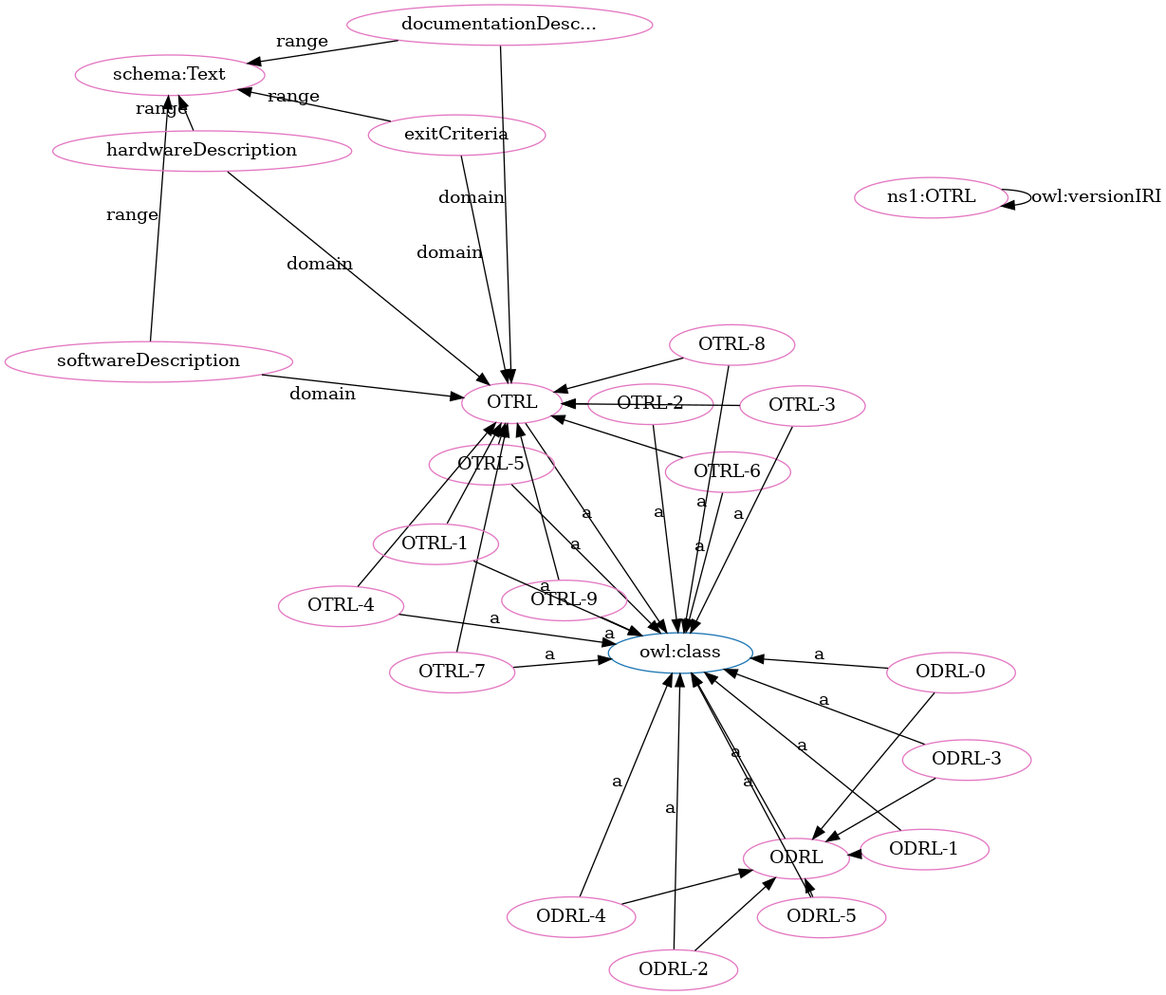
The Graphviz diagram OTRL-clean.png in OPEN-NEXT/OKH-LOSH, before a commit. Its source is kept beside it as OTRL-clean.dot.
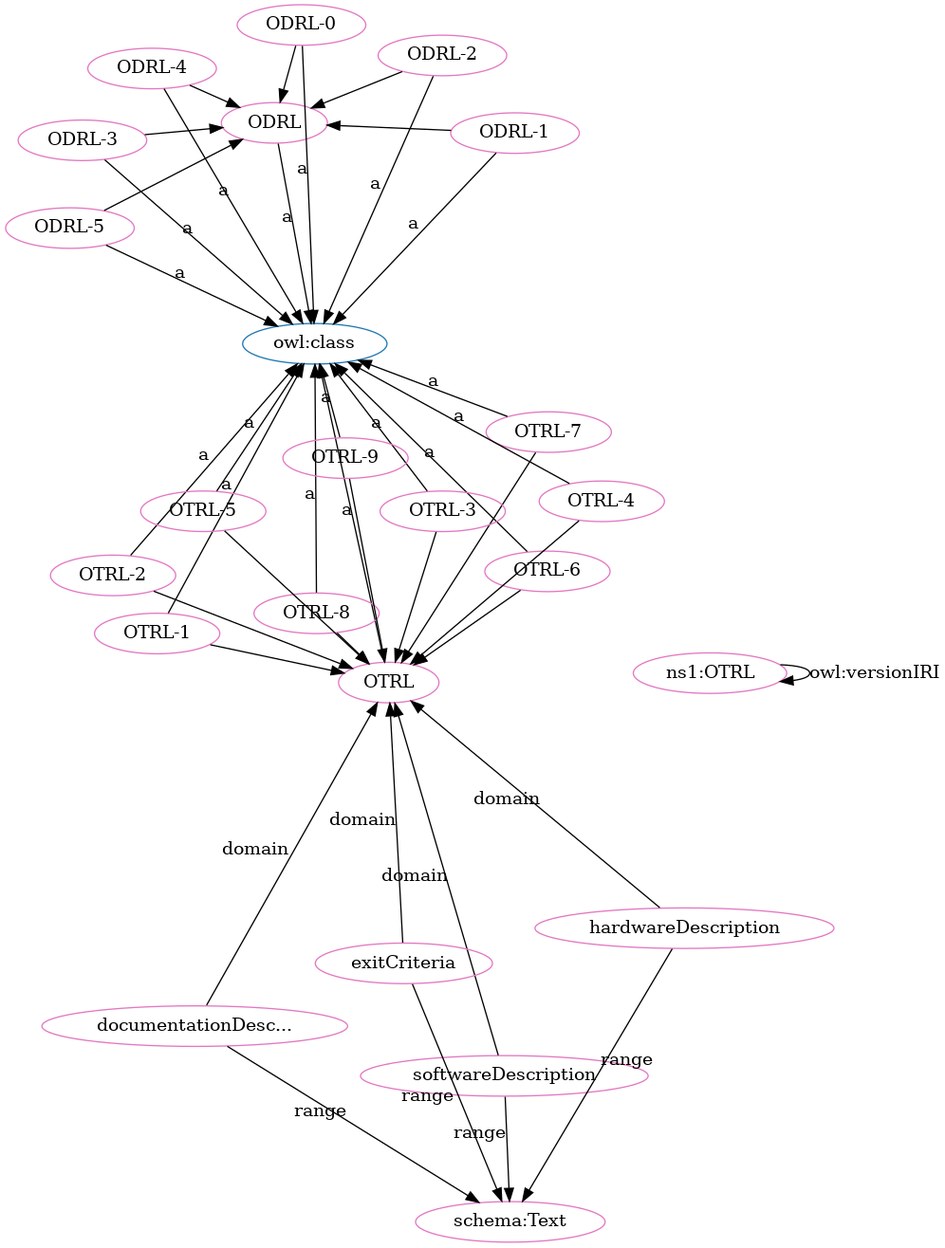
The same diagram one commit later.

Diff of the diagram source:
```diff
@@ -1,71 +1,71 @@
 digraph G {
   rankdir=BT
   node[height=.3]
-"http://purl.org/oseg/ontologies/OTRL#OTRL" [fillcolor="#1f77b4" color="#1f77b4" label="OTRL"]
 "http://www.w3.org/2002/07/owl#class" [fillcolor="#1f77b4" color="#1f77b4" label="owl:class"]
 "http://purl.org/oseg/ontologies/OTRL#ODRL" [fillcolor="#1f77b4" color="#1f77b4" label="ODRL"]
+"http://purl.org/oseg/ontologies/OTRL#OTRL" [fillcolor="#1f77b4" color="#1f77b4" label="OTRL"]
 "http://purl.org/oseg/ontologies/OTRL#ODRL-3" [fillcolor="#e377c2" color="#e377c2" label="ODRL-3"]
+"http://purl.org/oseg/ontologies/OTRL#ODRL" [fillcolor="#e377c2" color="#e377c2" label="ODRL"]
+"http://schema.org/Text" [fillcolor="#e377c2" color="#e377c2" label="schema:Text"]
+"http://purl.org/oseg/ontologies/OTRL#OTRL" [fillcolor="#e377c2" color="#e377c2" label="OTRL"]
+"http://purl.org/oseg/ontologies/OTRL#OTRL-1" [fillcolor="#e377c2" color="#e377c2" label="OTRL-1"]
+"http://purl.org/oseg/ontologies/OTRL#ODRL-2" [fillcolor="#e377c2" color="#e377c2" label="ODRL-2"]
+"http://purl.org/oseg/ontologies/OTRL#softwareDescription" [fillcolor="#e377c2" color="#e377c2" label="softwareDescription"]
+"http://purl.org/oseg/ontologies/OTRL#OTRL-2" [fillcolor="#e377c2" color="#e377c2" label="OTRL-2"]
 "http://purl.org/oseg/ontologies/OTRL" [fillcolor="#e377c2" color="#e377c2" label="ns1:OTRL"]
-"http://purl.org/oseg/ontologies/OTRL#ODRL-0" [fillcolor="#e377c2" color="#e377c2" label="ODRL-0"]
-"http://purl.org/oseg/ontologies/OTRL#OTRL" [fillcolor="#e377c2" color="#e377c2" label="OTRL"]
-"http://purl.org/oseg/ontologies/OTRL#ODRL" [fillcolor="#e377c2" color="#e377c2" label="ODRL"]
-"http://purl.org/oseg/ontologies/OTRL#OTRL-2" [fillcolor="#e377c2" color="#e377c2" label="OTRL-2"]
-"http://schema.org/Text" [fillcolor="#e377c2" color="#e377c2" label="schema:Text"]
-"http://purl.org/oseg/ontologies/OTRL#OTRL-5" [fillcolor="#e377c2" color="#e377c2" label="OTRL-5"]
+"http://purl.org/oseg/ontologies/OTRL#ODRL-1" [fillcolor="#e377c2" color="#e377c2" label="ODRL-1"]
 "http://purl.org/oseg/ontologies/OTRL#OTRL-6" [fillcolor="#e377c2" color="#e377c2" label="OTRL-6"]
+"http://purl.org/oseg/ontologies/OTRL#documentationDescription" [fillcolor="#e377c2" color="#e377c2" label="documentationDesc..."]
 "http://purl.org/oseg/ontologies/OTRL#exitCriteria" [fillcolor="#e377c2" color="#e377c2" label="exitCriteria"]
-"http://purl.org/oseg/ontologies/OTRL#ODRL-2" [fillcolor="#e377c2" color="#e377c2" label="ODRL-2"]
 "http://purl.org/oseg/ontologies/OTRL#OTRL-7" [fillcolor="#e377c2" color="#e377c2" label="OTRL-7"]
-"http://purl.org/oseg/ontologies/OTRL#ODRL-1" [fillcolor="#e377c2" color="#e377c2" label="ODRL-1"]
 "http://purl.org/oseg/ontologies/OTRL#OTRL-3" [fillcolor="#e377c2" color="#e377c2" label="OTRL-3"]
-"http://purl.org/oseg/ontologies/OTRL#softwareDescription" [fillcolor="#e377c2" color="#e377c2" label="softwareDescription"]
+"http://purl.org/oseg/ontologies/OTRL#ODRL-4" [fillcolor="#e377c2" color="#e377c2" label="ODRL-4"]
 "http://purl.org/oseg/ontologies/OTRL#hardwareDescription" [fillcolor="#e377c2" color="#e377c2" label="hardwareDescription"]
 "http://purl.org/oseg/ontologies/OTRL#ODRL-5" [fillcolor="#e377c2" color="#e377c2" label="ODRL-5"]
+"http://purl.org/oseg/ontologies/OTRL#OTRL-8" [fillcolor="#e377c2" color="#e377c2" label="OTRL-8"]
+"http://purl.org/oseg/ontologies/OTRL#OTRL-5" [fillcolor="#e377c2" color="#e377c2" label="OTRL-5"]
+"http://purl.org/oseg/ontologies/OTRL#OTRL-4" [fillcolor="#e377c2" color="#e377c2" label="OTRL-4"]
 "http://purl.org/oseg/ontologies/OTRL#OTRL-9" [fillcolor="#e377c2" color="#e377c2" label="OTRL-9"]
-"http://purl.org/oseg/ontologies/OTRL#OTRL-4" [fillcolor="#e377c2" color="#e377c2" label="OTRL-4"]
-"http://purl.org/oseg/ontologies/OTRL#OTRL-8" [fillcolor="#e377c2" color="#e377c2" label="OTRL-8"]
-"http://purl.org/oseg/ontologies/OTRL#OTRL-1" [fillcolor="#e377c2" color="#e377c2" label="OTRL-1"]
-"http://purl.org/oseg/ontologies/OTRL#ODRL-4" [fillcolor="#e377c2" color="#e377c2" label="ODRL-4"]
-"http://purl.org/oseg/ontologies/OTRL#documentationDescription" [fillcolor="#e377c2" color="#e377c2" label="documentationDesc..."]
+"http://purl.org/oseg/ontologies/OTRL#ODRL-0" [fillcolor="#e377c2" color="#e377c2" label="ODRL-0"]
+  "http://purl.org/oseg/ontologies/OTRL#ODRL-3" -> "http://www.w3.org/2002/07/owl#class" [label="a"]
+  "http://purl.org/oseg/ontologies/OTRL#ODRL-4" -> "http://purl.org/oseg/ontologies/OTRL#ODRL" [label=""]
+  "http://purl.org/oseg/ontologies/OTRL#documentationDescription" -> "http://schema.org/Text" [label="range"]
+  "http://purl.org/oseg/ontologies/OTRL#exitCriteria" -> "http://schema.org/Text" [label="range"]
+  "http://purl.org/oseg/ontologies/OTRL#ODRL-5" -> "http://purl.org/oseg/ontologies/OTRL#ODRL" [label=""]
+  "http://purl.org/oseg/ontologies/OTRL#OTRL-2" -> "http://www.w3.org/2002/07/owl#class" [label="a"]
+  "http://purl.org/oseg/ontologies/OTRL#OTRL-9" -> "http://purl.org/oseg/ontologies/OTRL#OTRL" [label=""]
+  "http://purl.org/oseg/ontologies/OTRL" -> "http://purl.org/oseg/ontologies/OTRL" [label="owl:versionIRI"]
+  "http://purl.org/oseg/ontologies/OTRL#ODRL-1" -> "http://www.w3.org/2002/07/owl#class" [label="a"]
+  "http://purl.org/oseg/ontologies/OTRL#hardwareDescription" -> "http://schema.org/Text" [label="range"]
+  "http://purl.org/oseg/ontologies/OTRL#OTRL-7" -> "http://purl.org/oseg/ontologies/OTRL#OTRL" [label=""]
+  "http://purl.org/oseg/ontologies/OTRL#OTRL-6" -> "http://www.w3.org/2002/07/owl#class" [label="a"]
+  "http://purl.org/oseg/ontologies/OTRL#OTRL-1" -> "http://purl.org/oseg/ontologies/OTRL#OTRL" [label=""]
   "http://purl.org/oseg/ontologies/OTRL#hardwareDescription" -> "http://purl.org/oseg/ontologies/OTRL#OTRL" [label="domain"]
-  "http://purl.org/oseg/ontologies/OTRL#OTRL" -> "http://www.w3.org/2002/07/owl#class" [label="a"]
+  "http://purl.org/oseg/ontologies/OTRL#ODRL-2" -> "http://purl.org/oseg/ontologies/OTRL#ODRL" [label=""]
+  "http://purl.org/oseg/ontologies/OTRL#ODRL-1" -> "http://purl.org/oseg/ontologies/OTRL#ODRL" [label=""]
+  "http://purl.org/oseg/ontologies/OTRL#softwareDescription" -> "http://purl.org/oseg/ontologies/OTRL#OTRL" [label="domain"]
+  "http://purl.org/oseg/ontologies/OTRL#ODRL-3" -> "http://purl.org/oseg/ontologies/OTRL#ODRL" [label=""]
+  "http://purl.org/oseg/ontologies/OTRL#OTRL-8" -> "http://www.w3.org/2002/07/owl#class" [label="a"]
+  "http://purl.org/oseg/ontologies/OTRL#documentationDescription" -> "http://purl.org/oseg/ontologies/OTRL#OTRL" [label="domain"]
   "http://purl.org/oseg/ontologies/OTRL#ODRL" -> "http://www.w3.org/2002/07/owl#class" [label="a"]
   "http://purl.org/oseg/ontologies/OTRL#OTRL-5" -> "http://www.w3.org/2002/07/owl#class" [label="a"]
-  "http://purl.org/oseg/ontologies/OTRL#OTRL-6" -> "http://www.w3.org/2002/07/owl#class" [label="a"]
-  "http://purl.org/oseg/ontologies/OTRL#OTRL-9" -> "http://purl.org/oseg/ontologies/OTRL#OTRL" [label=""]
-  "http://purl.org/oseg/ontologies/OTRL#OTRL-6" -> "http://purl.org/oseg/ontologies/OTRL#OTRL" [label=""]
-  "http://purl.org/oseg/ontologies/OTRL#ODRL-1" -> "http://www.w3.org/2002/07/owl#class" [label="a"]
-  "http://purl.org/oseg/ontologies/OTRL#ODRL-0" -> "http://purl.org/oseg/ontologies/OTRL#ODRL" [label=""]
-  "http://purl.org/oseg/ontologies/OTRL#OTRL-1" -> "http://purl.org/oseg/ontologies/OTRL#OTRL" [label=""]
-  "http://purl.org/oseg/ontologies/OTRL#OTRL-2" -> "http://purl.org/oseg/ontologies/OTRL#OTRL" [label=""]
-  "http://purl.org/oseg/ontologies/OTRL#OTRL-7" -> "http://purl.org/oseg/ontologies/OTRL#OTRL" [label=""]
-  "http://purl.org/oseg/ontologies/OTRL#OTRL-9" -> "http://www.w3.org/2002/07/owl#class" [label="a"]
-  "http://purl.org/oseg/ontologies/OTRL#OTRL-8" -> "http://www.w3.org/2002/07/owl#class" [label="a"]
+  "http://purl.org/oseg/ontologies/OTRL#OTRL-4" -> "http://www.w3.org/2002/07/owl#class" [label="a"]
+  "http://purl.org/oseg/ontologies/OTRL#ODRL-0" -> "http://www.w3.org/2002/07/owl#class" [label="a"]
   "http://purl.org/oseg/ontologies/OTRL#OTRL-3" -> "http://purl.org/oseg/ontologies/OTRL#OTRL" [label=""]
   "http://purl.org/oseg/ontologies/OTRL#OTRL-1" -> "http://www.w3.org/2002/07/owl#class" [label="a"]
+  "http://purl.org/oseg/ontologies/OTRL#ODRL-2" -> "http://www.w3.org/2002/07/owl#class" [label="a"]
+  "http://purl.org/oseg/ontologies/OTRL#ODRL-0" -> "http://purl.org/oseg/ontologies/OTRL#ODRL" [label=""]
+  "http://purl.org/oseg/ontologies/OTRL#OTRL-6" -> "http://purl.org/oseg/ontologies/OTRL#OTRL" [label=""]
+  "http://purl.org/oseg/ontologies/OTRL#OTRL" -> "http://www.w3.org/2002/07/owl#class" [label="a"]
+  "http://purl.org/oseg/ontologies/OTRL#OTRL-7" -> "http://www.w3.org/2002/07/owl#class" [label="a"]
+  "http://purl.org/oseg/ontologies/OTRL#OTRL-8" -> "http://purl.org/oseg/ontologies/OTRL#OTRL" [label=""]
+  "http://purl.org/oseg/ontologies/OTRL#OTRL-2" -> "http://purl.org/oseg/ontologies/OTRL#OTRL" [label=""]
+  "http://purl.org/oseg/ontologies/OTRL#OTRL-3" -> "http://www.w3.org/2002/07/owl#class" [label="a"]
+  "http://purl.org/oseg/ontologies/OTRL#OTRL-5" -> "http://purl.org/oseg/ontologies/OTRL#OTRL" [label=""]
+  "http://purl.org/oseg/ontologies/OTRL#OTRL-4" -> "http://purl.org/oseg/ontologies/OTRL#OTRL" [label=""]
   "http://purl.org/oseg/ontologies/OTRL#ODRL-4" -> "http://www.w3.org/2002/07/owl#class" [label="a"]
-  "http://purl.org/oseg/ontologies/OTRL#ODRL-1" -> "http://purl.org/oseg/ontologies/OTRL#ODRL" [label=""]
-  "http://purl.org/oseg/ontologies/OTRL#ODRL-3" -> "http://www.w3.org/2002/07/owl#class" [label="a"]
-  "http://purl.org/oseg/ontologies/OTRL#ODRL-0" -> "http://www.w3.org/2002/07/owl#class" [label="a"]
-  "http://purl.org/oseg/ontologies/OTRL#ODRL-4" -> "http://purl.org/oseg/ontologies/OTRL#ODRL" [label=""]
-  "http://purl.org/oseg/ontologies/OTRL#OTRL-2" -> "http://www.w3.org/2002/07/owl#class" [label="a"]
-  "http://purl.org/oseg/ontologies/OTRL#documentationDescription" -> "http://schema.org/Text" [label="range"]
-  "http://purl.org/oseg/ontologies/OTRL#ODRL-2" -> "http://www.w3.org/2002/07/owl#class" [label="a"]
-  "http://purl.org/oseg/ontologies/OTRL#OTRL-7" -> "http://www.w3.org/2002/07/owl#class" [label="a"]
-  "http://purl.org/oseg/ontologies/OTRL#hardwareDescription" -> "http://schema.org/Text" [label="range"]
-  "http://purl.org/oseg/ontologies/OTRL#OTRL-3" -> "http://www.w3.org/2002/07/owl#class" [label="a"]
-  "http://purl.org/oseg/ontologies/OTRL#ODRL-2" -> "http://purl.org/oseg/ontologies/OTRL#ODRL" [label=""]
-  "http://purl.org/oseg/ontologies/OTRL" -> "http://purl.org/oseg/ontologies/OTRL" [label="owl:versionIRI"]
-  "http://purl.org/oseg/ontologies/OTRL#exitCriteria" -> "http://schema.org/Text" [label="range"]
   "http://purl.org/oseg/ontologies/OTRL#ODRL-5" -> "http://www.w3.org/2002/07/owl#class" [label="a"]
+  "http://purl.org/oseg/ontologies/OTRL#exitCriteria" -> "http://purl.org/oseg/ontologies/OTRL#OTRL" [label="domain"]
   "http://purl.org/oseg/ontologies/OTRL#softwareDescription" -> "http://schema.org/Text" [label="range"]
-  "http://purl.org/oseg/ontologies/OTRL#OTRL-5" -> "http://purl.org/oseg/ontologies/OTRL#OTRL" [label=""]
-  "http://purl.org/oseg/ontologies/OTRL#exitCriteria" -> "http://purl.org/oseg/ontologies/OTRL#OTRL" [label="domain"]
-  "http://purl.org/oseg/ontologies/OTRL#OTRL-4" -> "http://www.w3.org/2002/07/owl#class" [label="a"]
-  "http://purl.org/oseg/ontologies/OTRL#OTRL-4" -> "http://purl.org/oseg/ontologies/OTRL#OTRL" [label=""]
-  "http://purl.org/oseg/ontologies/OTRL#softwareDescription" -> "http://purl.org/oseg/ontologies/OTRL#OTRL" [label="domain"]
-  "http://purl.org/oseg/ontologies/OTRL#ODRL-3" -> "http://purl.org/oseg/ontologies/OTRL#ODRL" [label=""]
-  "http://purl.org/oseg/ontologies/OTRL#ODRL-5" -> "http://purl.org/oseg/ontologies/OTRL#ODRL" [label=""]
-  "http://purl.org/oseg/ontologies/OTRL#OTRL-8" -> "http://purl.org/oseg/ontologies/OTRL#OTRL" [label=""]
-  "http://purl.org/oseg/ontologies/OTRL#documentationDescription" -> "http://purl.org/oseg/ontologies/OTRL#OTRL" [label="domain"]
+  "http://purl.org/oseg/ontologies/OTRL#OTRL-9" -> "http://www.w3.org/2002/07/owl#class" [label="a"]
 }
```
